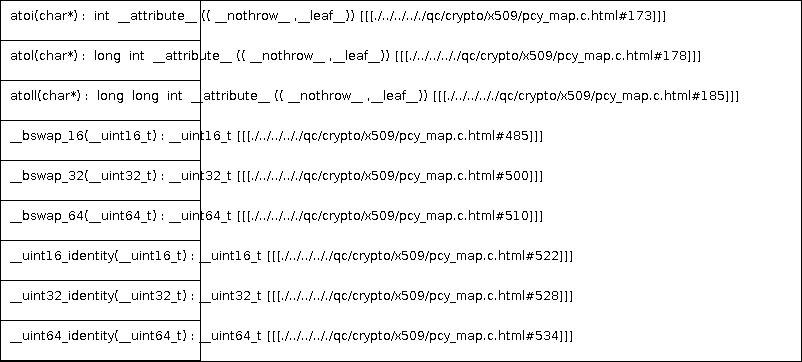
Earlier version of the PlantUML export docs/qc/crypto/x509/pcy_map.c.png (qualitesys/openssl). Its source is kept beside it as docs/qc/crypto/x509/pcy_map.c.puml. The source it was exported from:
```plantuml
@startuml
!pragma layout smetana
class dummy {
atoi(char*) :  int  __attribute__ (( __nothrow__ ,__leaf__)) [[[./../../.././qc/crypto/x509/pcy_map.c.html#173]]]
atol(char*) :  long  int  __attribute__ (( __nothrow__ ,__leaf__)) [[[./../../.././qc/crypto/x509/pcy_map.c.html#178]]]
atoll(char*) :  long  long  int  __attribute__ (( __nothrow__ ,__leaf__)) [[[./../../.././qc/crypto/x509/pcy_map.c.html#185]]]
__bswap_16(__uint16_t) : __uint16_t [[[./../../.././qc/crypto/x509/pcy_map.c.html#485]]]
__bswap_32(__uint32_t) : __uint32_t [[[./../../.././qc/crypto/x509/pcy_map.c.html#500]]]
__bswap_64(__uint64_t) : __uint64_t [[[./../../.././qc/crypto/x509/pcy_map.c.html#510]]]
__uint16_identity(__uint16_t) : __uint16_t [[[./../../.././qc/crypto/x509/pcy_map.c.html#522]]]
__uint32_identity(__uint32_t) : __uint32_t [[[./../../.././qc/crypto/x509/pcy_map.c.html#528]]]
__uint64_identity(__uint64_t) : __uint64_t [[[./../../.././qc/crypto/x509/pcy_map.c.html#534]]]
}
@enduml
```
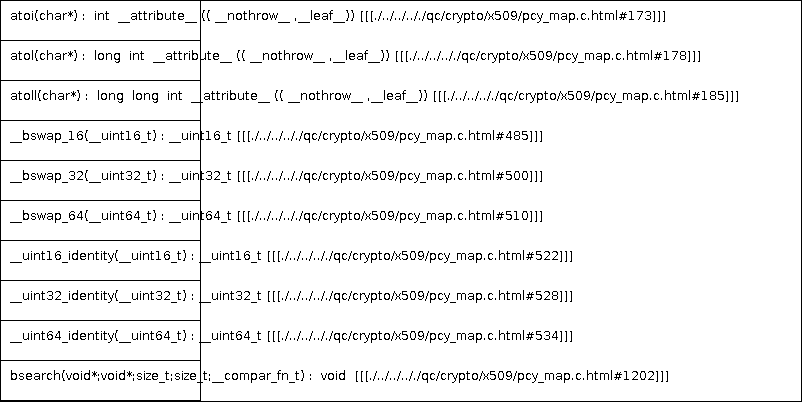
The same diagram one commit later.

The edit, as a diff of the source:
```diff
@@ -10,5 +10,6 @@
 __uint16_identity(__uint16_t) : __uint16_t [[[./../../.././qc/crypto/x509/pcy_map.c.html#522]]]
 __uint32_identity(__uint32_t) : __uint32_t [[[./../../.././qc/crypto/x509/pcy_map.c.html#528]]]
 __uint64_identity(__uint64_t) : __uint64_t [[[./../../.././qc/crypto/x509/pcy_map.c.html#534]]]
+bsearch(void*;void*;size_t;size_t;__compar_fn_t) :  void  [[[./../../.././qc/crypto/x509/pcy_map.c.html#1202]]]
 }
 @enduml
```
